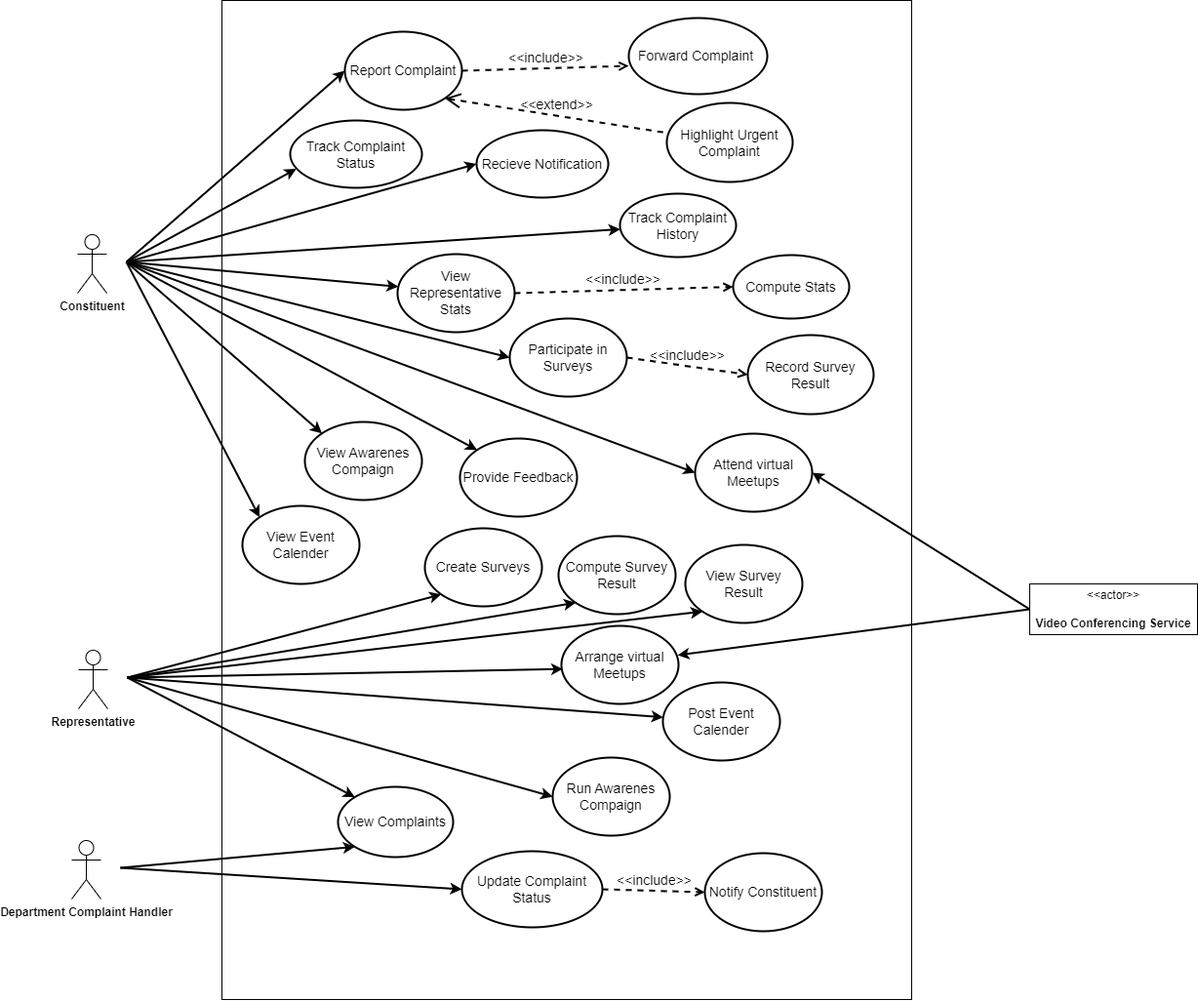
Earlier version of the draw.io export 06 - Use Cases/Usecase Diagram.drawio.png (muhammadahsanmirza/fyp-constituency-connect). Source tidied: cells renumbered, new cells last; positions are measured from the earlier drawing's top-left corner, leaving out a move shared by most shapes.
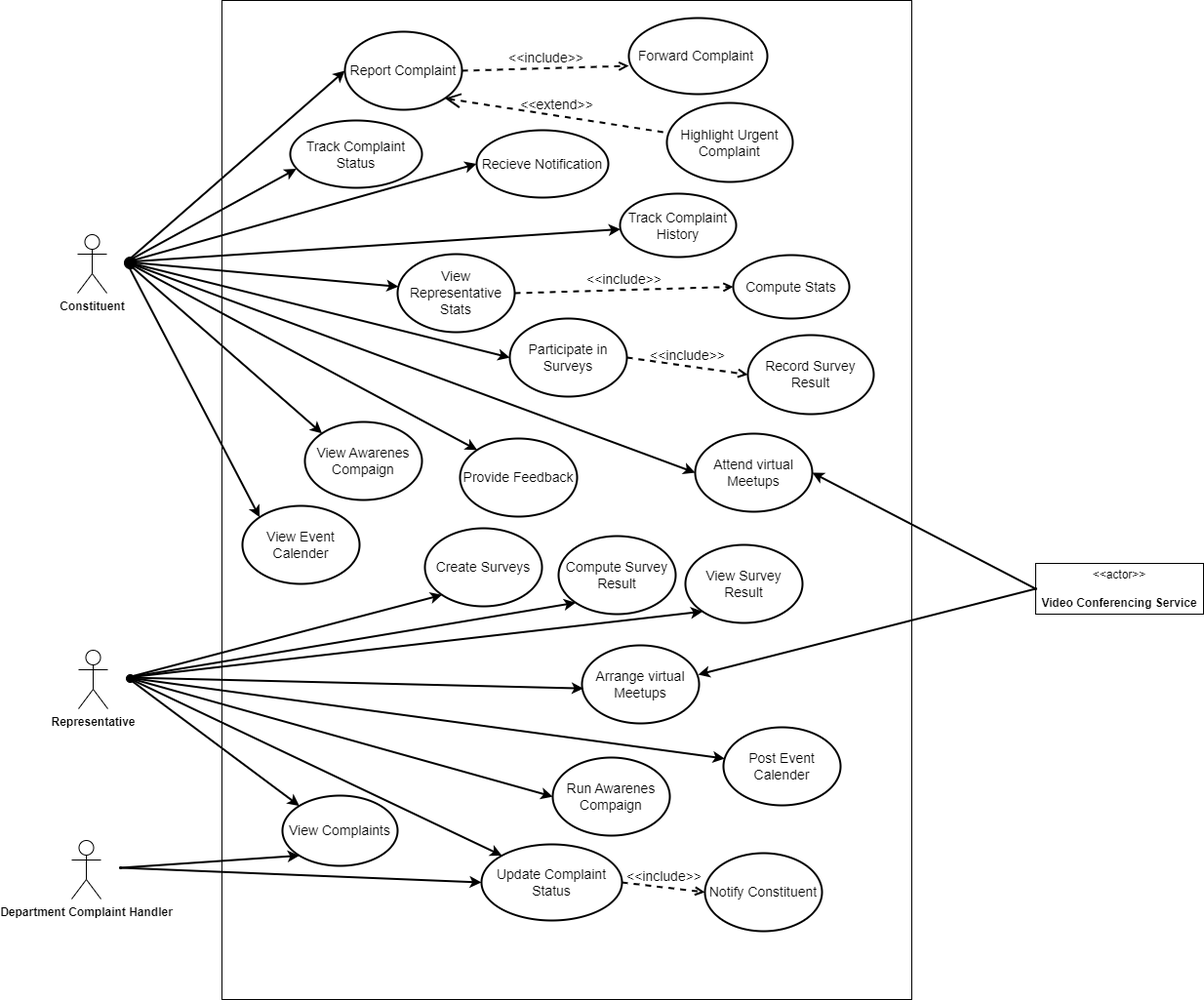
Later version of the same file.

Commit message:
Fix Use Case Diagram

Change to the diagram source:
```diff
@@ -35,89 +35,110 @@
     <mxCell id="12" value="&lt;font style=&quot;font-size: 14px;&quot;&gt;Provide Feedback&lt;/font&gt;" style="ellipse;whiteSpace=wrap;html=1;fillColor=none;strokeWidth=2;" parent="1" vertex="1">
       <mxGeometry x="398" y="449" width="120" height="80" as="geometry" />
     </mxCell>
-    <mxCell id="13" style="endArrow=classic;html=1;rounded=0;strokeWidth=2;exitX=1;exitY=0.5;exitDx=0;exitDy=0;entryX=0;entryY=0.5;entryDx=0;entryDy=0;" parent="1" edge="1" source="22" target="3">
-      <mxGeometry relative="1" as="geometry" />
+    <mxCell id="13" style="endArrow=classic;html=1;rounded=0;strokeWidth=2;exitX=1;exitY=0.5;exitDx=0;exitDy=0;entryX=0;entryY=0.5;entryDx=0;entryDy=0;" parent="1" edge="1" target="3">
+      <mxGeometry relative="1" as="geometry">
+        <mxPoint x="56" y="268" as="sourcePoint" />
+      </mxGeometry>
     </mxCell>
-    <mxCell id="14" style="endArrow=classic;html=1;rounded=0;strokeWidth=2;exitX=1;exitY=0.5;exitDx=0;exitDy=0;" parent="1" edge="1" source="22" target="8">
-      <mxGeometry relative="1" as="geometry" />
+    <mxCell id="14" style="endArrow=classic;html=1;rounded=0;strokeWidth=2;exitX=1;exitY=0.5;exitDx=0;exitDy=0;" parent="1" edge="1" target="8">
+      <mxGeometry relative="1" as="geometry">
+        <mxPoint x="56" y="268" as="sourcePoint" />
+      </mxGeometry>
     </mxCell>
-    <mxCell id="15" style="endArrow=classic;html=1;rounded=0;strokeWidth=2;entryX=0.007;entryY=0.417;entryDx=0;entryDy=0;entryPerimeter=0;exitX=1;exitY=0.5;exitDx=0;exitDy=0;" parent="1" edge="1" source="22" target="9">
-      <mxGeometry relative="1" as="geometry" />
+    <mxCell id="15" style="endArrow=classic;html=1;rounded=0;strokeWidth=2;entryX=0.007;entryY=0.417;entryDx=0;entryDy=0;entryPerimeter=0;exitX=1;exitY=0.5;exitDx=0;exitDy=0;" parent="1" edge="1" target="9">
+      <mxGeometry relative="1" as="geometry">
+        <mxPoint x="56" y="268" as="sourcePoint" />
+      </mxGeometry>
     </mxCell>
-    <mxCell id="16" style="endArrow=classic;html=1;rounded=0;strokeWidth=2;entryX=0;entryY=0.5;entryDx=0;entryDy=0;exitX=1;exitY=0.5;exitDx=0;exitDy=0;" parent="1" edge="1" source="22" target="10">
-      <mxGeometry relative="1" as="geometry" />
+    <mxCell id="16" style="endArrow=classic;html=1;rounded=0;strokeWidth=2;entryX=0;entryY=0.5;entryDx=0;entryDy=0;exitX=1;exitY=0.5;exitDx=0;exitDy=0;" parent="1" edge="1" target="10">
+      <mxGeometry relative="1" as="geometry">
+        <mxPoint x="56" y="268" as="sourcePoint" />
+      </mxGeometry>
     </mxCell>
-    <mxCell id="17" style="endArrow=classic;html=1;rounded=0;strokeWidth=2;entryX=0;entryY=0.5;entryDx=0;entryDy=0;exitX=1;exitY=0.5;exitDx=0;exitDy=0;" parent="1" edge="1" source="22" target="11">
-      <mxGeometry relative="1" as="geometry" />
+    <mxCell id="17" style="endArrow=classic;html=1;rounded=0;strokeWidth=2;entryX=0;entryY=0.5;entryDx=0;entryDy=0;exitX=1;exitY=0.5;exitDx=0;exitDy=0;" parent="1" edge="1" target="11">
+      <mxGeometry relative="1" as="geometry">
+        <mxPoint x="56" y="268" as="sourcePoint" />
+      </mxGeometry>
     </mxCell>
-    <mxCell id="18" style="endArrow=classic;html=1;rounded=0;strokeWidth=2;exitX=1;exitY=0.5;exitDx=0;exitDy=0;entryX=0;entryY=0;entryDx=0;entryDy=0;" parent="1" edge="1" source="22" target="12">
-      <mxGeometry relative="1" as="geometry" />
+    <mxCell id="18" style="endArrow=classic;html=1;rounded=0;strokeWidth=2;exitX=1;exitY=0.5;exitDx=0;exitDy=0;entryX=0;entryY=0;entryDx=0;entryDy=0;" parent="1" edge="1" target="12">
+      <mxGeometry relative="1" as="geometry">
+        <mxPoint x="56" y="268" as="sourcePoint" />
+      </mxGeometry>
     </mxCell>
     <mxCell id="19" value="&lt;font style=&quot;font-size: 14px;&quot;&gt;Create Surveys&lt;/font&gt;" style="ellipse;whiteSpace=wrap;html=1;fillColor=none;strokeWidth=2;" parent="1" vertex="1">
       <mxGeometry x="362" y="541" width="120" height="80" as="geometry" />
     </mxCell>
     <mxCell id="20" style="group;" parent="1" vertex="1">
-      <mxGeometry x="6" y="240" width="50" height="60" as="geometry" />
+      <mxGeometry x="6" y="240" width="62" height="60" as="geometry" />
     </mxCell>
     <mxCell id="21" value="&lt;b&gt;Constituent&lt;/b&gt;" style="shape=umlActor;verticalLabelPosition=bottom;verticalAlign=top;html=1;" parent="20" vertex="1">
       <mxGeometry width="30" height="60" as="geometry" />
     </mxCell>
-    <mxCell id="22" style="shape=ellipse;html=1;sketch=0;strokeWidth=2;strokeColor=none;" parent="20" vertex="1">
-      <mxGeometry x="40" y="23" width="10" height="10" as="geometry" />
-    </mxCell>
+    <mxCell id="63" style="ellipse;whiteSpace=wrap;html=1;fillColor=#000000;" parent="20" vertex="1">
+      <mxGeometry x="48" y="23" width="12" height="12" as="geometry" />
+    </mxCell>
     <mxCell id="23" style="group;fillColor=none;fillStyle=solid;" parent="1" vertex="1">
       <mxGeometry x="7" y="666" width="50" height="60" as="geometry" />
     </mxCell>
     <mxCell id="24" value="&lt;b&gt;Representative&lt;/b&gt;" style="shape=umlActor;verticalLabelPosition=bottom;verticalAlign=top;html=1;" parent="23" vertex="1">
       <mxGeometry width="30" height="60" as="geometry" />
     </mxCell>
-    <mxCell id="25" style="shape=ellipse;html=1;sketch=0;strokeWidth=2;strokeColor=none;" parent="23" vertex="1">
-      <mxGeometry x="40" y="23" width="10" height="10" as="geometry" />
-    </mxCell>
-    <mxCell id="26" style="endArrow=classic;html=1;rounded=0;strokeWidth=2;exitX=1;exitY=0.5;exitDx=0;exitDy=0;entryX=0;entryY=1;entryDx=0;entryDy=0;" parent="1" edge="1" source="25" target="19">
-      <mxGeometry relative="1" as="geometry" />
+    <mxCell id="26" style="endArrow=classic;html=1;rounded=0;strokeWidth=2;exitX=1;exitY=0.5;exitDx=0;exitDy=0;entryX=0;entryY=1;entryDx=0;entryDy=0;" parent="1" edge="1" target="19">
+      <mxGeometry relative="1" as="geometry">
+        <mxPoint x="57" y="694" as="sourcePoint" />
+      </mxGeometry>
     </mxCell>
     <mxCell id="27" value="&lt;font style=&quot;font-size: 14px;&quot;&gt;Compute Survey Result&lt;/font&gt;" style="ellipse;whiteSpace=wrap;html=1;fillColor=none;strokeWidth=2;" parent="1" vertex="1">
       <mxGeometry x="499" y="549" width="120" height="80" as="geometry" />
     </mxCell>
     <mxCell id="28" value="&lt;font style=&quot;font-size: 14px;&quot;&gt;Arrange virtual Meetups&lt;/font&gt;" style="ellipse;whiteSpace=wrap;html=1;fillColor=none;strokeWidth=2;" parent="1" vertex="1">
-      <mxGeometry x="502" y="641" width="120" height="80" as="geometry" />
+      <mxGeometry x="523" y="661" width="120" height="80" as="geometry" />
     </mxCell>
-    <mxCell id="29" style="endArrow=classic;html=1;rounded=0;strokeWidth=2;exitX=1;exitY=0.5;exitDx=0;exitDy=0;entryX=0.013;entryY=0.552;entryDx=0;entryDy=0;entryPerimeter=0;" parent="1" edge="1" source="25" target="28">
-      <mxGeometry relative="1" as="geometry" />
+    <mxCell id="29" style="endArrow=classic;html=1;rounded=0;strokeWidth=2;exitX=1;exitY=0.5;exitDx=0;exitDy=0;entryX=0.013;entryY=0.552;entryDx=0;entryDy=0;entryPerimeter=0;" parent="1" edge="1" target="28">
+      <mxGeometry relative="1" as="geometry">
+        <mxPoint x="57" y="694" as="sourcePoint" />
+      </mxGeometry>
     </mxCell>
     <mxCell id="30" value="&lt;font style=&quot;font-size: 14px;&quot;&gt;Post Event Calender&lt;/font&gt;" style="ellipse;whiteSpace=wrap;html=1;fillColor=none;strokeWidth=2;" parent="1" vertex="1">
-      <mxGeometry x="606" y="699" width="120" height="80" as="geometry" />
+      <mxGeometry x="668" y="745" width="120" height="80" as="geometry" />
     </mxCell>
     <mxCell id="31" value="&lt;font style=&quot;font-size: 14px;&quot;&gt;Run Awarenes Compaign&lt;/font&gt;" style="ellipse;whiteSpace=wrap;html=1;fillColor=none;strokeWidth=2;" parent="1" vertex="1">
       <mxGeometry x="493" y="776" width="120" height="80" as="geometry" />
     </mxCell>
-    <mxCell id="32" style="endArrow=classic;html=1;rounded=0;strokeWidth=2;exitX=1;exitY=0.5;exitDx=0;exitDy=0;" parent="1" edge="1" source="25" target="30">
-      <mxGeometry relative="1" as="geometry" />
+    <mxCell id="32" style="endArrow=classic;html=1;rounded=0;strokeWidth=2;exitX=1;exitY=0.5;exitDx=0;exitDy=0;" parent="1" edge="1" target="30">
+      <mxGeometry relative="1" as="geometry">
+        <mxPoint x="57" y="694" as="sourcePoint" />
+      </mxGeometry>
     </mxCell>
-    <mxCell id="33" style="endArrow=classic;html=1;rounded=0;strokeWidth=2;exitX=1;exitY=0.5;exitDx=0;exitDy=0;entryX=0;entryY=0.5;entryDx=0;entryDy=0;" parent="1" edge="1" source="25" target="31">
-      <mxGeometry relative="1" as="geometry" />
+    <mxCell id="33" style="endArrow=classic;html=1;rounded=0;strokeWidth=2;exitX=1;exitY=0.5;exitDx=0;exitDy=0;entryX=0;entryY=0.5;entryDx=0;entryDy=0;" parent="1" edge="1" target="31">
+      <mxGeometry relative="1" as="geometry">
+        <mxPoint x="57" y="694" as="sourcePoint" />
+      </mxGeometry>
     </mxCell>
     <mxCell id="34" value="&lt;span style=&quot;font-size: 14px;&quot;&gt;View Complaints&lt;/span&gt;" style="ellipse;whiteSpace=wrap;html=1;fillColor=none;strokeWidth=2;" parent="1" vertex="1">
-      <mxGeometry x="273" y="806" width="118" height="72" as="geometry" />
+      <mxGeometry x="216" y="815" width="118" height="72" as="geometry" />
     </mxCell>
     <mxCell id="35" value="&lt;font style=&quot;font-size: 14px;&quot;&gt;Notify Constituent&lt;/font&gt;" style="ellipse;whiteSpace=wrap;html=1;fillColor=none;strokeWidth=2;" parent="1" vertex="1">
       <mxGeometry x="649" y="874" width="120" height="80" as="geometry" />
     </mxCell>
     <mxCell id="36" value="&amp;lt;&amp;lt;actor&amp;gt;&amp;gt;&lt;br&gt;&lt;br&gt;&lt;b&gt;Video Conferencing Service&lt;/b&gt;" style="html=1;align=center;verticalAlign=middle;dashed=0;whiteSpace=wrap;" parent="1" vertex="1">
-      <mxGeometry x="982" y="598" width="172" height="52" as="geometry" />
+      <mxGeometry x="988" y="577" width="172" height="52" as="geometry" />
     </mxCell>
     <mxCell id="37" style="endArrow=classic;html=1;rounded=0;strokeWidth=2;exitX=0;exitY=0.5;exitDx=0;exitDy=0;entryX=0.992;entryY=0.375;entryDx=0;entryDy=0;entryPerimeter=0;" parent="1" edge="1" source="36" target="28">
       <mxGeometry relative="1" as="geometry" />
     </mxCell>
-    <mxCell id="38" style="endArrow=classic;html=1;rounded=0;strokeWidth=2;exitX=1;exitY=0.5;exitDx=0;exitDy=0;entryX=0;entryY=0;entryDx=0;entryDy=0;" parent="1" edge="1" source="25" target="34">
-      <mxGeometry relative="1" as="geometry" />
+    <mxCell id="38" style="endArrow=classic;html=1;rounded=0;strokeWidth=2;exitX=1;exitY=0.5;exitDx=0;exitDy=0;entryX=0;entryY=0;entryDx=0;entryDy=0;" parent="1" edge="1" target="34">
+      <mxGeometry relative="1" as="geometry">
+        <mxPoint x="57" y="694" as="sourcePoint" />
+      </mxGeometry>
     </mxCell>
     <mxCell id="39" value="&lt;font style=&quot;font-size: 14px;&quot;&gt;Track Complaint Status&lt;/font&gt;" style="ellipse;whiteSpace=wrap;html=1;fillColor=none;strokeWidth=2;" parent="1" vertex="1">
       <mxGeometry x="224" y="123" width="135" height="69" as="geometry" />
     </mxCell>
-    <mxCell id="40" style="endArrow=classic;html=1;rounded=0;strokeWidth=2;exitX=1;exitY=0.5;exitDx=0;exitDy=0;entryX=0.046;entryY=0.719;entryDx=0;entryDy=0;entryPerimeter=0;" parent="1" edge="1" source="22" target="39">
-      <mxGeometry relative="1" as="geometry" />
+    <mxCell id="40" style="endArrow=classic;html=1;rounded=0;strokeWidth=2;exitX=1;exitY=0.5;exitDx=0;exitDy=0;entryX=0.046;entryY=0.719;entryDx=0;entryDy=0;entryPerimeter=0;" parent="1" edge="1" target="39">
+      <mxGeometry relative="1" as="geometry">
+        <mxPoint x="56" y="268" as="sourcePoint" />
+      </mxGeometry>
     </mxCell>
     <mxCell id="41" value="&lt;font style=&quot;font-size: 14px;&quot;&gt;&amp;lt;&amp;lt;include&amp;gt;&amp;gt;&lt;/font&gt;" style="html=1;verticalAlign=bottom;labelBackgroundColor=none;endArrow=open;endFill=0;dashed=1;rounded=0;fontSize=12;strokeWidth=2;exitX=1;exitY=0.5;exitDx=0;exitDy=0;entryX=0;entryY=0.5;entryDx=0;entryDy=0;" parent="1" edge="1" source="9" target="42">
       <mxGeometry relative="1" as="geometry" />
@@ -128,23 +149,31 @@
     <mxCell id="43" value="&lt;font style=&quot;font-size: 14px;&quot;&gt;View Awarenes Compaign&lt;/font&gt;" style="ellipse;whiteSpace=wrap;html=1;fillColor=none;strokeWidth=2;" parent="1" vertex="1">
       <mxGeometry x="239" y="432" width="120" height="80" as="geometry" />
     </mxCell>
-    <mxCell id="44" style="endArrow=classic;html=1;rounded=0;strokeWidth=2;exitX=1;exitY=0.5;exitDx=0;exitDy=0;entryX=0;entryY=0;entryDx=0;entryDy=0;" parent="1" edge="1" source="22" target="43">
-      <mxGeometry relative="1" as="geometry" />
+    <mxCell id="44" style="endArrow=classic;html=1;rounded=0;strokeWidth=2;exitX=1;exitY=0.5;exitDx=0;exitDy=0;entryX=0;entryY=0;entryDx=0;entryDy=0;" parent="1" edge="1" target="43">
+      <mxGeometry relative="1" as="geometry">
+        <mxPoint x="56" y="268" as="sourcePoint" />
+      </mxGeometry>
     </mxCell>
     <mxCell id="45" value="&lt;font style=&quot;font-size: 14px;&quot;&gt;View Event Calender&lt;/font&gt;" style="ellipse;whiteSpace=wrap;html=1;fillColor=none;strokeWidth=2;" parent="1" vertex="1">
       <mxGeometry x="175" y="518" width="120" height="80" as="geometry" />
     </mxCell>
-    <mxCell id="46" style="endArrow=classic;html=1;rounded=0;strokeWidth=2;exitX=1;exitY=0.5;exitDx=0;exitDy=0;entryX=0;entryY=0;entryDx=0;entryDy=0;" parent="1" edge="1" source="22" target="45">
-      <mxGeometry relative="1" as="geometry" />
+    <mxCell id="46" style="endArrow=classic;html=1;rounded=0;strokeWidth=2;exitX=1;exitY=0.5;exitDx=0;exitDy=0;entryX=0;entryY=0;entryDx=0;entryDy=0;" parent="1" edge="1" target="45">
+      <mxGeometry relative="1" as="geometry">
+        <mxPoint x="56" y="268" as="sourcePoint" />
+      </mxGeometry>
     </mxCell>
-    <mxCell id="47" style="endArrow=classic;html=1;rounded=0;strokeWidth=2;exitX=1;exitY=0.5;exitDx=0;exitDy=0;entryX=0;entryY=1;entryDx=0;entryDy=0;" parent="1" edge="1" source="25" target="27">
-      <mxGeometry relative="1" as="geometry" />
+    <mxCell id="47" style="endArrow=classic;html=1;rounded=0;strokeWidth=2;exitX=1;exitY=0.5;exitDx=0;exitDy=0;entryX=0;entryY=1;entryDx=0;entryDy=0;" parent="1" edge="1" target="27">
+      <mxGeometry relative="1" as="geometry">
+        <mxPoint x="57" y="694" as="sourcePoint" />
+      </mxGeometry>
     </mxCell>
     <mxCell id="48" value="&lt;font style=&quot;font-size: 14px;&quot;&gt;View Survey Result&lt;/font&gt;" style="ellipse;whiteSpace=wrap;html=1;fillColor=none;strokeWidth=2;" parent="1" vertex="1">
       <mxGeometry x="629" y="558" width="120" height="80" as="geometry" />
     </mxCell>
-    <mxCell id="49" style="endArrow=classic;html=1;rounded=0;strokeWidth=2;exitX=1;exitY=0.5;exitDx=0;exitDy=0;entryX=0;entryY=1;entryDx=0;entryDy=0;" parent="1" edge="1" source="25" target="48">
-      <mxGeometry relative="1" as="geometry" />
+    <mxCell id="49" style="endArrow=classic;html=1;rounded=0;strokeWidth=2;exitX=1;exitY=0.5;exitDx=0;exitDy=0;entryX=0;entryY=1;entryDx=0;entryDy=0;" parent="1" edge="1" target="48">
+      <mxGeometry relative="1" as="geometry">
+        <mxPoint x="57" y="694" as="sourcePoint" />
+      </mxGeometry>
     </mxCell>
     <mxCell id="50" style="group;fillColor=none;fillStyle=solid;" parent="1" vertex="1">
       <mxGeometry y="861" width="50" height="60" as="geometry" />
@@ -152,17 +181,18 @@
     <mxCell id="51" value="&lt;b&gt;Department Complaint Handler&lt;/b&gt;" style="shape=umlActor;verticalLabelPosition=bottom;verticalAlign=top;html=1;" parent="50" vertex="1">
       <mxGeometry width="30" height="60" as="geometry" />
     </mxCell>
-    <mxCell id="52" style="shape=ellipse;html=1;sketch=0;strokeWidth=2;strokeColor=none;" parent="50" vertex="1">
-      <mxGeometry x="40" y="23" width="10" height="10" as="geometry" />
-    </mxCell>
     <mxCell id="53" value="&lt;span style=&quot;font-size: 14px;&quot;&gt;Update Complaint Status&lt;/span&gt;" style="ellipse;whiteSpace=wrap;html=1;fillColor=none;strokeWidth=2;" parent="1" vertex="1">
-      <mxGeometry x="400" y="872" width="144" height="78" as="geometry" />
+      <mxGeometry x="420" y="865" width="144" height="78" as="geometry" />
     </mxCell>
-    <mxCell id="54" style="endArrow=classic;html=1;rounded=0;strokeWidth=2;exitX=1;exitY=0.5;exitDx=0;exitDy=0;entryX=0;entryY=1;entryDx=0;entryDy=0;" parent="1" edge="1" source="52" target="34">
-      <mxGeometry relative="1" as="geometry" />
+    <mxCell id="54" style="endArrow=classic;html=1;rounded=0;strokeWidth=2;exitX=1;exitY=0.5;exitDx=0;exitDy=0;entryX=0;entryY=1;entryDx=0;entryDy=0;" parent="1" edge="1" target="34">
+      <mxGeometry relative="1" as="geometry">
+        <mxPoint x="50" y="889" as="sourcePoint" />
+      </mxGeometry>
     </mxCell>
-    <mxCell id="55" style="endArrow=classic;html=1;rounded=0;strokeWidth=2;exitX=1;exitY=0.5;exitDx=0;exitDy=0;entryX=0;entryY=0.5;entryDx=0;entryDy=0;" parent="1" edge="1" source="52" target="53">
-      <mxGeometry relative="1" as="geometry" />
+    <mxCell id="55" style="endArrow=classic;html=1;rounded=0;strokeWidth=2;exitX=1;exitY=0.5;exitDx=0;exitDy=0;entryX=0;entryY=0.5;entryDx=0;entryDy=0;" parent="1" edge="1" target="53">
+      <mxGeometry relative="1" as="geometry">
+        <mxPoint x="50" y="889" as="sourcePoint" />
+      </mxGeometry>
     </mxCell>
     <mxCell id="56" style="edgeStyle=orthogonalEdgeStyle;rounded=0;orthogonalLoop=1;jettySize=auto;html=1;exitX=0.5;exitY=1;exitDx=0;exitDy=0;" parent="1" edge="1" source="35" target="35">
       <mxGeometry relative="1" as="geometry" />
@@ -187,5 +217,19 @@
         <mxPoint x="57" y="268" as="sourcePoint" />
       </mxGeometry>
     </mxCell>
+    <mxCell id="64" style="endArrow=classic;html=1;rounded=0;strokeWidth=2;entryX=0;entryY=0;entryDx=0;entryDy=0;" parent="1" edge="1" target="53">
+      <mxGeometry relative="1" as="geometry">
+        <mxPoint x="57" y="694" as="sourcePoint" />
+      </mxGeometry>
+    </mxCell>
+    <mxCell id="65" style="ellipse;whiteSpace=wrap;html=1;fillColor=#000000;" parent="1" vertex="1">
+      <mxGeometry x="56" y="691" width="8" height="8" as="geometry" />
+    </mxCell>
+    <mxCell id="66" style="ellipse;whiteSpace=wrap;html=1;fillColor=#000000;" parent="1" vertex="1">
+      <mxGeometry x="49" y="888" width="2" height="2" as="geometry" />
+    </mxCell>
+    <mxCell id="67" style="ellipse;whiteSpace=wrap;html=1;fillColor=#000000;" parent="1" vertex="1">
+      <mxGeometry x="987" y="602" width="2" height="2" as="geometry" />
+    </mxCell>
   </root>
 </mxGraphModel>
```
